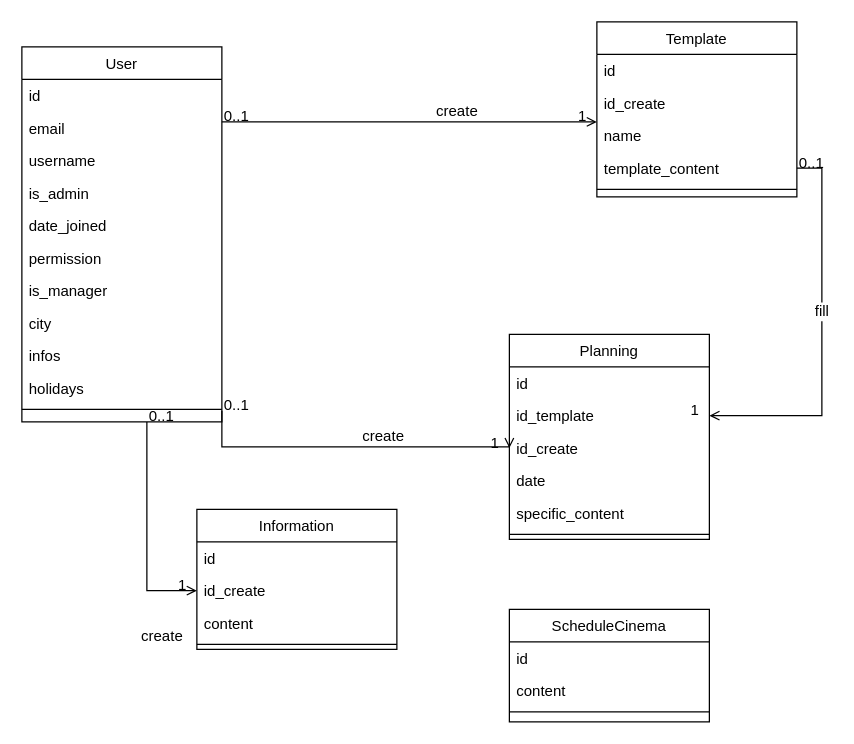
LoicJu/IntranetCinepel keeps this draw.io diagram as Ressources/BddIntranetTBFinal.drawio. Above is the earlier version. Source tidied: cells renumbered, new cells numbered last; positions are measured from the earlier drawing's top-left corner, leaving out a move shared by most shapes. Both pictures are drawn from the tidied source at 125%, with x=0, y=0 at pixel (21, 21).
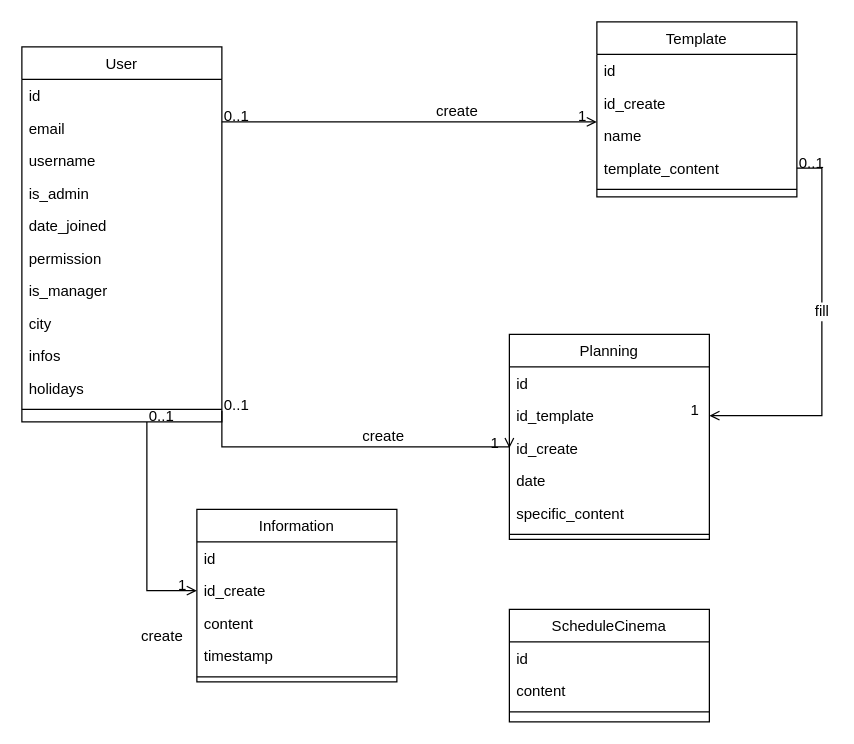
The same page after the edit.

Change to the diagram source:
```diff
@@
     <mxCell id="43" value="Information" style="swimlane;fontStyle=0;align=center;verticalAlign=top;horizontal=1;startSize=26;rounded=0;shadow=0;strokeWidth=1;" parent="1" vertex="1">
-      <mxGeometry x="140" y="390" width="160" height="112" as="geometry" />
+      <mxGeometry x="140" y="390" width="160" height="138" as="geometry" />
     </mxCell>
@@
+    <mxCell id="52" value="timestamp" style="text;align=left;verticalAlign=top;spacingLeft=4;spacingRight=4;overflow=hidden;rounded=0;shadow=0;html=0;" parent="43" vertex="1">
+      <mxGeometry y="104" width="160" height="26" as="geometry" />
+    </mxCell>
     <mxCell id="47" style="line;html=1;strokeWidth=1;align=left;verticalAlign=middle;spacingTop=-1;spacingLeft=3;spacingRight=3;labelPosition=right;" parent="43" vertex="1">
-      <mxGeometry y="104" width="160" height="8" as="geometry" />
+      <mxGeometry y="130" width="160" height="8" as="geometry" />
     </mxCell>
```
